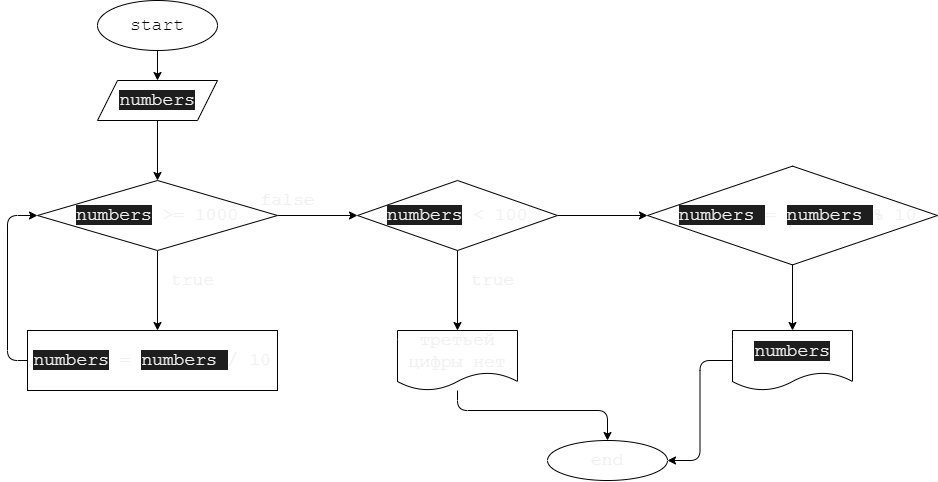
The draw.io diagram Exp02/diargam2.drawio.png in BKristinaA/HomeWork_02, before a commit. Source tidied: cells renumbered, new cells last; positions are measured from the earlier drawing's top-left corner, leaving out a move shared by most shapes.
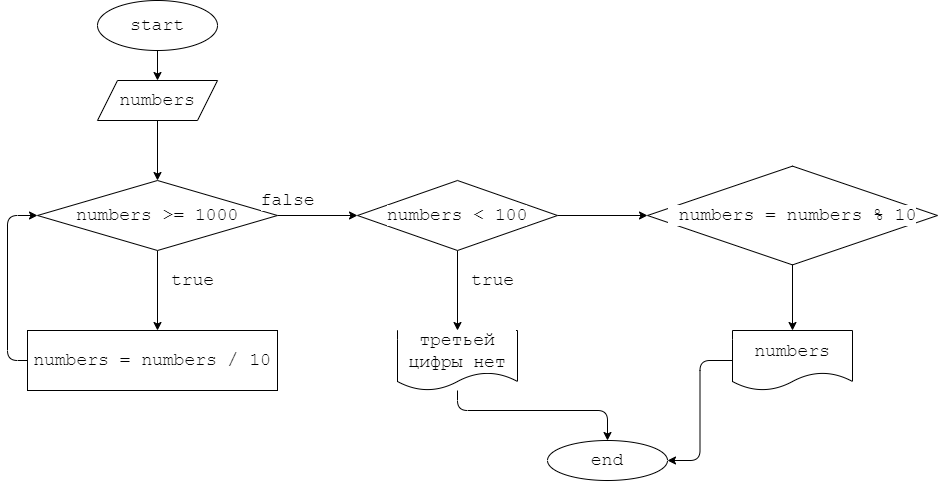
Later version of the same file.

Commit message:
Внесли исправления в диагараммы

What changed in the source:
```diff
@@ -1,34 +1,34 @@
-<mxGraphModel>
+<mxGraphModel background="#ffffff">
   <root>
     <mxCell id="0" />
     <mxCell id="1" parent="0" />
-    <mxCell id="2" style="edgeStyle=none;html=1;fontFamily=Courier New;fontSize=18;fontColor=#F0F0F0;" parent="1" edge="1" source="3" target="5">
+    <mxCell id="2" style="edgeStyle=none;html=1;fontFamily=Courier New;fontSize=18;fontColor=#000000;labelBackgroundColor=#FFFFFF;" parent="1" edge="1" source="3" target="5">
       <mxGeometry relative="1" as="geometry" />
     </mxCell>
-    <mxCell id="3" value="start" style="ellipse;whiteSpace=wrap;html=1;fontFamily=Courier New;fontSize=18;" parent="1" vertex="1">
+    <mxCell id="3" value="start" style="ellipse;whiteSpace=wrap;html=1;fontFamily=Courier New;fontSize=18;labelBackgroundColor=#FFFFFF;fontColor=#000000;" parent="1" vertex="1">
       <mxGeometry x="90" width="120" height="50" as="geometry" />
     </mxCell>
-    <mxCell id="4" style="edgeStyle=none;html=1;fontFamily=Courier New;fontSize=18;fontColor=#F0F0F0;" parent="1" edge="1" source="5" target="8">
+    <mxCell id="4" style="edgeStyle=none;html=1;fontFamily=Courier New;fontSize=18;fontColor=#000000;labelBackgroundColor=#FFFFFF;" parent="1" edge="1" source="5" target="8">
       <mxGeometry relative="1" as="geometry" />
     </mxCell>
-    <mxCell id="5" value="&lt;span style=&quot;background-color: rgb(30, 30, 30);&quot;&gt;numbers&lt;/span&gt;" style="shape=parallelogram;perimeter=parallelogramPerimeter;whiteSpace=wrap;html=1;fixedSize=1;fontSize=18;fontFamily=Courier New;fontColor=#F0F0F0;" parent="1" vertex="1">
+    <mxCell id="5" value="&lt;span style=&quot;&quot;&gt;numbers&lt;/span&gt;" style="shape=parallelogram;perimeter=parallelogramPerimeter;whiteSpace=wrap;html=1;fixedSize=1;fontSize=18;fontFamily=Courier New;fontColor=#000000;labelBackgroundColor=#FFFFFF;" parent="1" vertex="1">
       <mxGeometry x="90" y="80" width="120" height="40" as="geometry" />
     </mxCell>
-    <mxCell id="6" style="edgeStyle=none;html=1;fontFamily=Courier New;fontSize=18;fontColor=#F0F0F0;" parent="1" edge="1" source="8">
+    <mxCell id="6" style="edgeStyle=none;html=1;fontFamily=Courier New;fontSize=18;fontColor=#000000;labelBackgroundColor=#FFFFFF;" parent="1" edge="1" source="8">
       <mxGeometry relative="1" as="geometry">
         <mxPoint x="150" y="330" as="targetPoint" />
       </mxGeometry>
     </mxCell>
-    <mxCell id="7" style="edgeStyle=orthogonalEdgeStyle;html=1;fontFamily=Courier New;fontSize=18;entryX=0;entryY=0.5;entryDx=0;entryDy=0;fontColor=#F0F0F0;" parent="1" edge="1" source="8" target="15">
+    <mxCell id="7" style="edgeStyle=orthogonalEdgeStyle;html=1;fontFamily=Courier New;fontSize=18;entryX=0;entryY=0.5;entryDx=0;entryDy=0;fontColor=#000000;labelBackgroundColor=#FFFFFF;" parent="1" edge="1" source="8" target="15">
       <mxGeometry relative="1" as="geometry" />
     </mxCell>
-    <mxCell id="8" value="&lt;span style=&quot;background-color: rgb(30, 30, 30);&quot;&gt;numbers&lt;/span&gt;&amp;nbsp;&amp;gt;= 1000" style="rhombus;whiteSpace=wrap;html=1;fontSize=18;fontFamily=Courier New;fontColor=#F0F0F0;" parent="1" vertex="1">
+    <mxCell id="8" value="&lt;span style=&quot;&quot;&gt;numbers&lt;/span&gt;&amp;nbsp;&amp;gt;= 1000" style="rhombus;whiteSpace=wrap;html=1;fontSize=18;fontFamily=Courier New;fontColor=#000000;labelBackgroundColor=#FFFFFF;" parent="1" vertex="1">
       <mxGeometry x="30" y="180" width="240" height="70" as="geometry" />
     </mxCell>
-    <mxCell id="9" value="true" style="text;html=1;align=center;verticalAlign=middle;strokeColor=none;fillColor=none;fontSize=18;fontFamily=Courier New;fontColor=#F0F0F0;" parent="1" vertex="1">
+    <mxCell id="9" value="true" style="text;html=1;align=center;verticalAlign=middle;strokeColor=none;fillColor=none;fontSize=18;fontFamily=Courier New;fontColor=#000000;labelBackgroundColor=#FFFFFF;" parent="1" vertex="1">
       <mxGeometry x="150" y="260" width="70" height="40" as="geometry" />
     </mxCell>
-    <mxCell id="10" style="edgeStyle=orthogonalEdgeStyle;html=1;entryX=0;entryY=0.5;entryDx=0;entryDy=0;fontFamily=Courier New;fontSize=18;fontColor=#F0F0F0;" parent="1" edge="1" source="11" target="8">
+    <mxCell id="10" style="edgeStyle=orthogonalEdgeStyle;html=1;entryX=0;entryY=0.5;entryDx=0;entryDy=0;fontFamily=Courier New;fontSize=18;fontColor=#000000;labelBackgroundColor=#FFFFFF;" parent="1" edge="1" source="11" target="8">
       <mxGeometry relative="1" as="geometry">
         <Array as="points">
           <mxPoint y="360" />
@@ -36,29 +36,29 @@
         </Array>
       </mxGeometry>
     </mxCell>
-    <mxCell id="11" value="&lt;span style=&quot;background-color: rgb(30, 30, 30);&quot;&gt;numbers&lt;/span&gt;&amp;nbsp;=&amp;nbsp;&lt;span style=&quot;background-color: rgb(30, 30, 30);&quot;&gt;numbers&amp;nbsp;&lt;/span&gt;/ 10" style="rounded=0;whiteSpace=wrap;html=1;fontFamily=Courier New;fontSize=18;fontColor=#F0F0F0;" parent="1" vertex="1">
+    <mxCell id="11" value="&lt;span style=&quot;&quot;&gt;numbers&lt;/span&gt;&amp;nbsp;=&amp;nbsp;&lt;span style=&quot;&quot;&gt;numbers&amp;nbsp;&lt;/span&gt;/ 10" style="rounded=0;whiteSpace=wrap;html=1;fontFamily=Courier New;fontSize=18;fontColor=#000000;labelBackgroundColor=#FFFFFF;" parent="1" vertex="1">
       <mxGeometry x="20" y="330" width="250" height="60" as="geometry" />
     </mxCell>
-    <mxCell id="12" value="false" style="text;html=1;align=center;verticalAlign=middle;strokeColor=none;fillColor=none;fontSize=18;fontFamily=Courier New;fontColor=#F0F0F0;" parent="1" vertex="1">
+    <mxCell id="12" value="false" style="text;html=1;align=center;verticalAlign=middle;strokeColor=none;fillColor=none;fontSize=18;fontFamily=Courier New;fontColor=#000000;labelBackgroundColor=#FFFFFF;" parent="1" vertex="1">
       <mxGeometry x="240" y="180" width="80" height="40" as="geometry" />
     </mxCell>
-    <mxCell id="13" style="edgeStyle=orthogonalEdgeStyle;html=1;fontFamily=Courier New;fontSize=18;fontColor=#F0F0F0;" parent="1" edge="1" source="15">
+    <mxCell id="13" style="edgeStyle=orthogonalEdgeStyle;html=1;fontFamily=Courier New;fontSize=18;fontColor=#000000;labelBackgroundColor=#FFFFFF;" parent="1" edge="1" source="15">
       <mxGeometry relative="1" as="geometry">
         <mxPoint x="450" y="330" as="targetPoint" />
       </mxGeometry>
     </mxCell>
-    <mxCell id="14" style="edgeStyle=orthogonalEdgeStyle;html=1;fontFamily=Courier New;fontSize=18;fontColor=#F0F0F0;" parent="1" edge="1" source="15">
+    <mxCell id="14" style="edgeStyle=orthogonalEdgeStyle;html=1;fontFamily=Courier New;fontSize=18;fontColor=#000000;labelBackgroundColor=#FFFFFF;" parent="1" edge="1" source="15">
       <mxGeometry relative="1" as="geometry">
         <mxPoint x="640" y="215" as="targetPoint" />
       </mxGeometry>
     </mxCell>
-    <mxCell id="15" value="&lt;span style=&quot;background-color: rgb(30, 30, 30);&quot;&gt;numbers&lt;/span&gt;&amp;nbsp;&amp;lt; 100" style="rhombus;whiteSpace=wrap;html=1;fontFamily=Courier New;fontSize=18;fontColor=#F0F0F0;" parent="1" vertex="1">
+    <mxCell id="15" value="&lt;span style=&quot;&quot;&gt;numbers&lt;/span&gt;&amp;nbsp;&amp;lt; 100" style="rhombus;whiteSpace=wrap;html=1;fontFamily=Courier New;fontSize=18;fontColor=#000000;labelBackgroundColor=#FFFFFF;" parent="1" vertex="1">
       <mxGeometry x="350" y="180" width="200" height="70" as="geometry" />
     </mxCell>
-    <mxCell id="16" value="true" style="text;html=1;align=center;verticalAlign=middle;strokeColor=none;fillColor=none;fontSize=18;fontFamily=Courier New;fontColor=#F0F0F0;" parent="1" vertex="1">
+    <mxCell id="16" value="true" style="text;html=1;align=center;verticalAlign=middle;strokeColor=none;fillColor=none;fontSize=18;fontFamily=Courier New;fontColor=#000000;labelBackgroundColor=#FFFFFF;" parent="1" vertex="1">
       <mxGeometry x="450" y="260" width="70" height="40" as="geometry" />
     </mxCell>
-    <mxCell id="17" style="edgeStyle=orthogonalEdgeStyle;html=1;fontFamily=Courier New;fontSize=18;fontColor=#F0F0F0;" parent="1" edge="1" source="18" target="19">
+    <mxCell id="17" style="edgeStyle=orthogonalEdgeStyle;html=1;fontFamily=Courier New;fontSize=18;fontColor=#000000;labelBackgroundColor=#FFFFFF;" parent="1" edge="1" source="18" target="19">
       <mxGeometry relative="1" as="geometry">
         <Array as="points">
           <mxPoint x="450" y="410" />
@@ -66,22 +66,22 @@
         </Array>
       </mxGeometry>
     </mxCell>
-    <mxCell id="18" value="третьей цифры нет" style="shape=document;whiteSpace=wrap;html=1;boundedLbl=1;fontFamily=Courier New;fontSize=18;fontColor=#F0F0F0;" parent="1" vertex="1">
+    <mxCell id="18" value="третьей цифры нет" style="shape=document;whiteSpace=wrap;html=1;boundedLbl=1;fontFamily=Courier New;fontSize=18;fontColor=#000000;labelBackgroundColor=#FFFFFF;" parent="1" vertex="1">
       <mxGeometry x="390" y="330" width="120" height="60" as="geometry" />
     </mxCell>
-    <mxCell id="19" value="end" style="ellipse;whiteSpace=wrap;html=1;fontFamily=Courier New;fontSize=18;fontColor=#F0F0F0;" parent="1" vertex="1">
+    <mxCell id="19" value="end" style="ellipse;whiteSpace=wrap;html=1;fontFamily=Courier New;fontSize=18;fontColor=#000000;labelBackgroundColor=#FFFFFF;" parent="1" vertex="1">
       <mxGeometry x="540" y="440" width="120" height="40" as="geometry" />
     </mxCell>
-    <mxCell id="20" style="edgeStyle=orthogonalEdgeStyle;html=1;entryX=0.5;entryY=0;entryDx=0;entryDy=0;fontFamily=Courier New;fontSize=18;fontColor=#F0F0F0;" parent="1" edge="1" source="21" target="23">
+    <mxCell id="20" style="edgeStyle=orthogonalEdgeStyle;html=1;entryX=0.5;entryY=0;entryDx=0;entryDy=0;fontFamily=Courier New;fontSize=18;fontColor=#000000;labelBackgroundColor=#FFFFFF;" parent="1" edge="1" source="21" target="23">
       <mxGeometry relative="1" as="geometry" />
     </mxCell>
-    <mxCell id="21" value="&amp;nbsp;&lt;span style=&quot;background-color: rgb(30, 30, 30);&quot;&gt;numbers&amp;nbsp;&lt;/span&gt;=&amp;nbsp;&lt;span style=&quot;background-color: rgb(30, 30, 30);&quot;&gt;numbers&amp;nbsp;&lt;/span&gt;% 10" style="rhombus;whiteSpace=wrap;html=1;fontFamily=Courier New;fontSize=18;fontColor=#F0F0F0;" parent="1" vertex="1">
+    <mxCell id="21" value="&amp;nbsp;&lt;span style=&quot;&quot;&gt;numbers&amp;nbsp;&lt;/span&gt;=&amp;nbsp;&lt;span style=&quot;&quot;&gt;numbers&amp;nbsp;&lt;/span&gt;% 10" style="rhombus;whiteSpace=wrap;html=1;fontFamily=Courier New;fontSize=18;fontColor=#000000;labelBackgroundColor=#FFFFFF;" parent="1" vertex="1">
       <mxGeometry x="640" y="165.6" width="290" height="98.8" as="geometry" />
     </mxCell>
-    <mxCell id="22" style="edgeStyle=orthogonalEdgeStyle;html=1;entryX=1;entryY=0.5;entryDx=0;entryDy=0;fontFamily=Courier New;fontSize=18;fontColor=#F0F0F0;" parent="1" edge="1" source="23" target="19">
+    <mxCell id="22" style="edgeStyle=orthogonalEdgeStyle;html=1;entryX=1;entryY=0.5;entryDx=0;entryDy=0;fontFamily=Courier New;fontSize=18;fontColor=#000000;labelBackgroundColor=#FFFFFF;" parent="1" edge="1" source="23" target="19">
       <mxGeometry relative="1" as="geometry" />
     </mxCell>
-    <mxCell id="23" value="&lt;span style=&quot;background-color: rgb(30, 30, 30);&quot;&gt;numbers&lt;/span&gt;" style="shape=document;whiteSpace=wrap;html=1;boundedLbl=1;fontSize=18;fontFamily=Courier New;fontColor=#F0F0F0;" parent="1" vertex="1">
+    <mxCell id="23" value="&lt;span style=&quot;&quot;&gt;numbers&lt;/span&gt;" style="shape=document;whiteSpace=wrap;html=1;boundedLbl=1;fontSize=18;fontFamily=Courier New;fontColor=#000000;labelBackgroundColor=#FFFFFF;" parent="1" vertex="1">
       <mxGeometry x="725" y="330" width="120" height="60" as="geometry" />
     </mxCell>
   </root>
```
